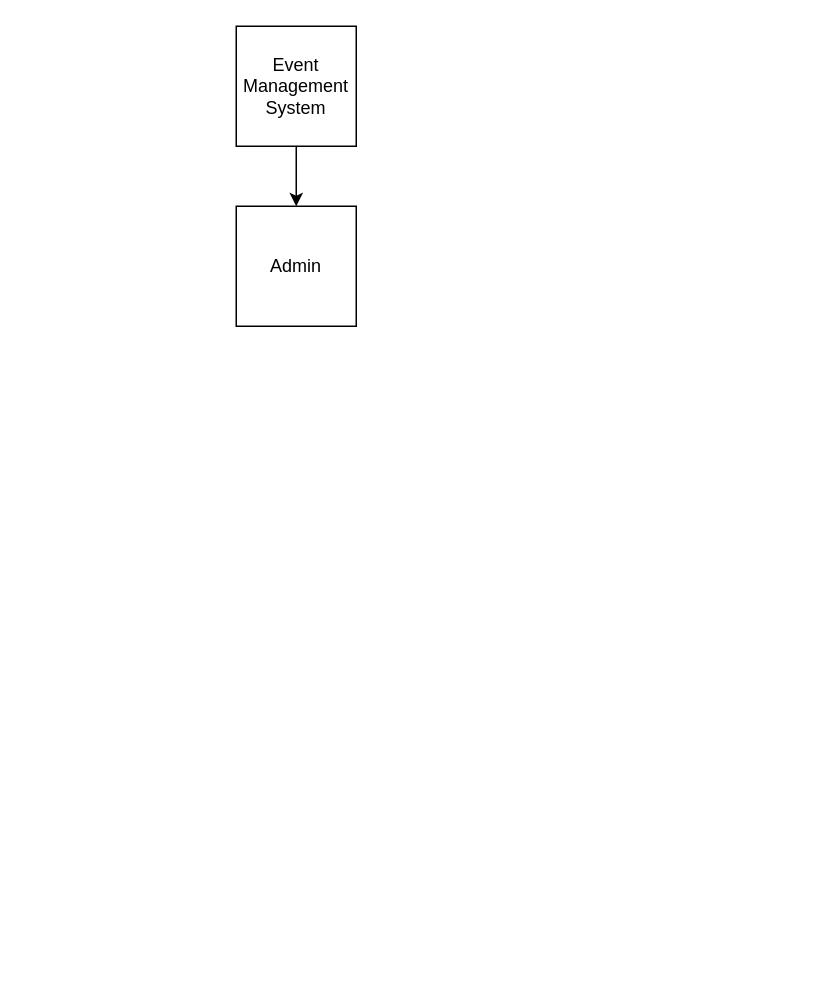
Before: EventManagementSystem_USERS.drawio in bhargav1997/Event-management-system, a draw.io diagram. Source tidied: cells renumbered, new cells numbered last; positions are measured from the earlier drawing's top-left corner, leaving out a move shared by most shapes. Both pictures are drawn from the tidied source at 150%, with x=0, y=0 at pixel (236, 26).
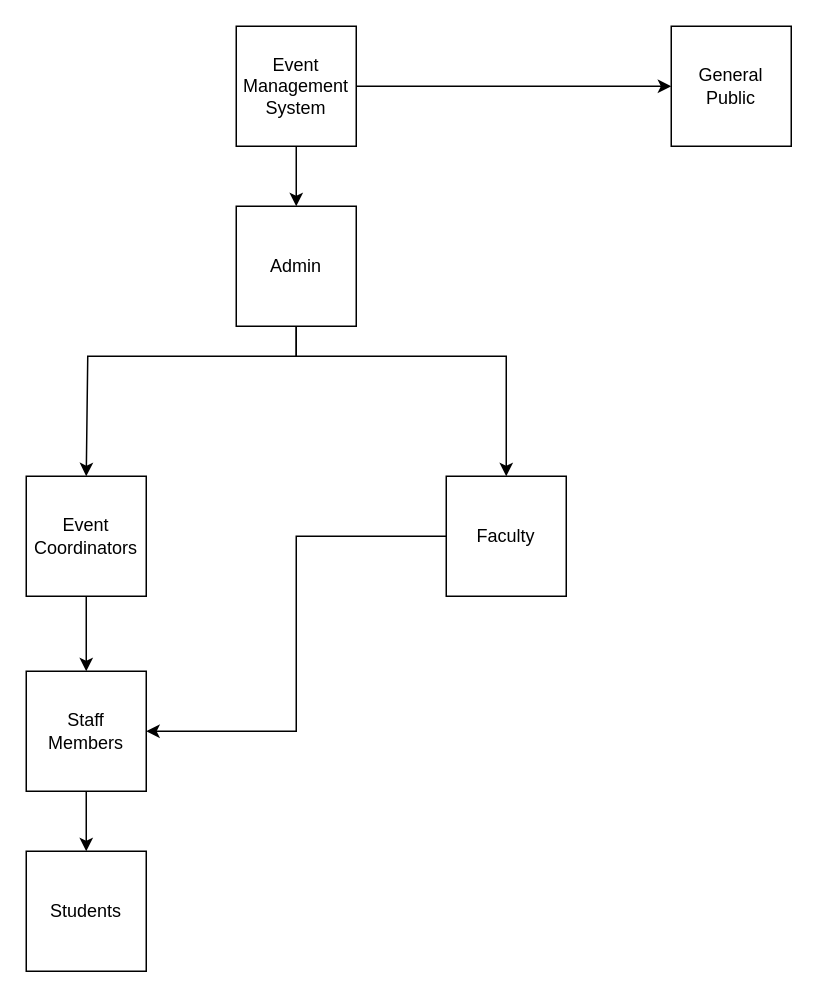
Above is the later version.

The change refers to these unchanged cells:
```xml
<mxCell id="3" value="Event Management System" style="whiteSpace=wrap;html=1;" parent="1" vertex="1">
  <mxGeometry width="80" height="80" as="geometry" />
</mxCell>
<mxCell id="4" value="Admin" style="whiteSpace=wrap;html=1;" parent="1" vertex="1">
  <mxGeometry y="120" width="80" height="80" as="geometry" />
</mxCell>
```

The edit, as a diff of the source:
```diff
@@
+    <mxCell id="5" style="edgeStyle=orthogonalEdgeStyle;rounded=0;jettySize=auto;html=1;" parent="1" edge="1" source="3" target="15">
+      <mxGeometry relative="1" as="geometry" />
+    </mxCell>
@@
+    <mxCell id="6" style="edgeStyle=orthogonalEdgeStyle;rounded=0;jettySize=auto;html=1;" parent="1" edge="1" source="4">
+      <mxGeometry relative="1" as="geometry">
+        <mxPoint x="-100" y="300" as="targetPoint" />
+        <Array as="points">
+          <mxPoint x="40" y="220" />
+          <mxPoint x="-99" y="220" />
+        </Array>
+      </mxGeometry>
+    </mxCell>
+    <mxCell id="7" style="edgeStyle=orthogonalEdgeStyle;rounded=0;jettySize=auto;html=1;entryX=0.5;entryY=0;entryDx=0;entryDy=0;" parent="1" edge="1" source="4" target="11">
+      <mxGeometry relative="1" as="geometry">
+        <Array as="points">
+          <mxPoint x="40" y="220" />
+          <mxPoint x="180" y="220" />
+        </Array>
+      </mxGeometry>
+    </mxCell>
@@
+    <mxCell id="8" style="edgeStyle=orthogonalEdgeStyle;rounded=0;jettySize=auto;html=1;exitX=0.5;exitY=1;exitDx=0;exitDy=0;" parent="1" edge="1" source="9" target="13">
+      <mxGeometry relative="1" as="geometry" />
+    </mxCell>
+    <mxCell id="9" value="Event Coordinators" style="whiteSpace=wrap;html=1;" parent="1" vertex="1">
+      <mxGeometry x="-140" y="300" width="80" height="80" as="geometry" />
+    </mxCell>
+    <mxCell id="10" style="edgeStyle=orthogonalEdgeStyle;rounded=0;jettySize=auto;html=1;entryX=1;entryY=0.5;entryDx=0;entryDy=0;" parent="1" edge="1" source="11" target="13">
+      <mxGeometry relative="1" as="geometry" />
+    </mxCell>
+    <mxCell id="11" value="Faculty" style="whiteSpace=wrap;html=1;" parent="1" vertex="1">
+      <mxGeometry x="140" y="300" width="80" height="80" as="geometry" />
+    </mxCell>
+    <mxCell id="12" style="edgeStyle=orthogonalEdgeStyle;rounded=0;jettySize=auto;html=1;" parent="1" edge="1" source="13" target="14">
+      <mxGeometry relative="1" as="geometry" />
+    </mxCell>
+    <mxCell id="13" value="Staff &lt;br&gt;Members" style="whiteSpace=wrap;html=1;" parent="1" vertex="1">
+      <mxGeometry x="-140" y="430" width="80" height="80" as="geometry" />
+    </mxCell>
+    <mxCell id="14" value="Students" style="whiteSpace=wrap;html=1;" parent="1" vertex="1">
+      <mxGeometry x="-140" y="550" width="80" height="80" as="geometry" />
+    </mxCell>
+    <mxCell id="15" value="General &lt;br&gt;Public" style="whiteSpace=wrap;html=1;" parent="1" vertex="1">
+      <mxGeometry x="290" width="80" height="80" as="geometry" />
+    </mxCell>
```
